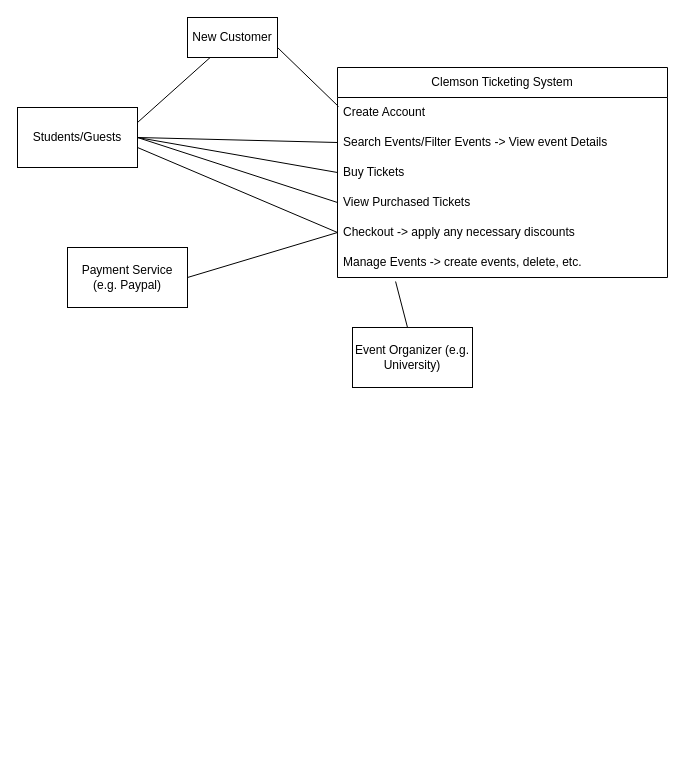
Above: Untitled Diagram.drawio in rhasty2004/AGILE-PROJECT (draw.io), before the change. Source tidied: cells renumbered, new cells numbered last; positions are measured from the earlier drawing's top-left corner, leaving out a move shared by most shapes. Both pictures are drawn from the tidied source at 100%, with x=0, y=0 at pixel (17, 17).
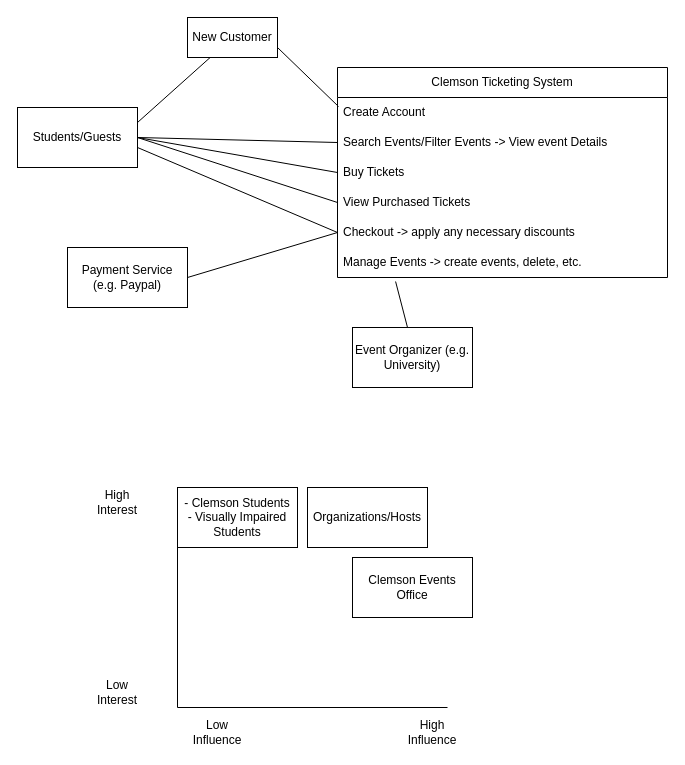
The same page after the edit.

The edit, as a diff of the source:
```diff
@@
+    <mxCell id="20" value="Low Influence" style="text;strokeColor=none;align=center;fillColor=none;html=1;verticalAlign=middle;whiteSpace=wrap;rounded=0;" parent="1" vertex="1">
+      <mxGeometry x="170" y="700" width="60" height="30" as="geometry" />
+    </mxCell>
+    <mxCell id="21" value="High Influence" style="text;strokeColor=none;align=center;fillColor=none;html=1;verticalAlign=middle;whiteSpace=wrap;rounded=0;" parent="1" vertex="1">
+      <mxGeometry x="385" y="700" width="60" height="30" as="geometry" />
+    </mxCell>
+    <mxCell id="22" style="endArrow=none;html=1;rounded=0;" parent="1" edge="1">
+      <mxGeometry relative="1" as="geometry">
+        <mxPoint x="160" y="690" as="sourcePoint" />
+        <mxPoint x="160" y="470" as="targetPoint" />
+      </mxGeometry>
+    </mxCell>
+    <mxCell id="23" style="endArrow=none;html=1;rounded=0;" parent="1" edge="1">
+      <mxGeometry relative="1" as="geometry">
+        <mxPoint x="160" y="690" as="sourcePoint" />
+        <mxPoint x="430" y="690" as="targetPoint" />
+      </mxGeometry>
+    </mxCell>
+    <mxCell id="24" value="High Interest" style="text;html=1;align=center;verticalAlign=middle;whiteSpace=wrap;rounded=0;" parent="1" vertex="1">
+      <mxGeometry x="70" y="470" width="60" height="30" as="geometry" />
+    </mxCell>
+    <mxCell id="25" value="Low Interest" style="text;html=1;align=center;verticalAlign=middle;whiteSpace=wrap;rounded=0;" parent="1" vertex="1">
+      <mxGeometry x="70" y="660" width="60" height="30" as="geometry" />
+    </mxCell>
+    <mxCell id="26" value="- Clemson Students&lt;div&gt;- Visually Impaired Students&lt;/div&gt;" style="rounded=0;whiteSpace=wrap;html=1;" parent="1" vertex="1">
+      <mxGeometry x="160" y="470" width="120" height="60" as="geometry" />
+    </mxCell>
+    <mxCell id="27" value="Clemson Events Office" style="rounded=0;whiteSpace=wrap;html=1;" parent="1" vertex="1">
+      <mxGeometry x="335" y="540" width="120" height="60" as="geometry" />
+    </mxCell>
+    <mxCell id="28" value="Organizations/Hosts" style="rounded=0;whiteSpace=wrap;html=1;" parent="1" vertex="1">
+      <mxGeometry x="290" y="470" width="120" height="60" as="geometry" />
+    </mxCell>
```
